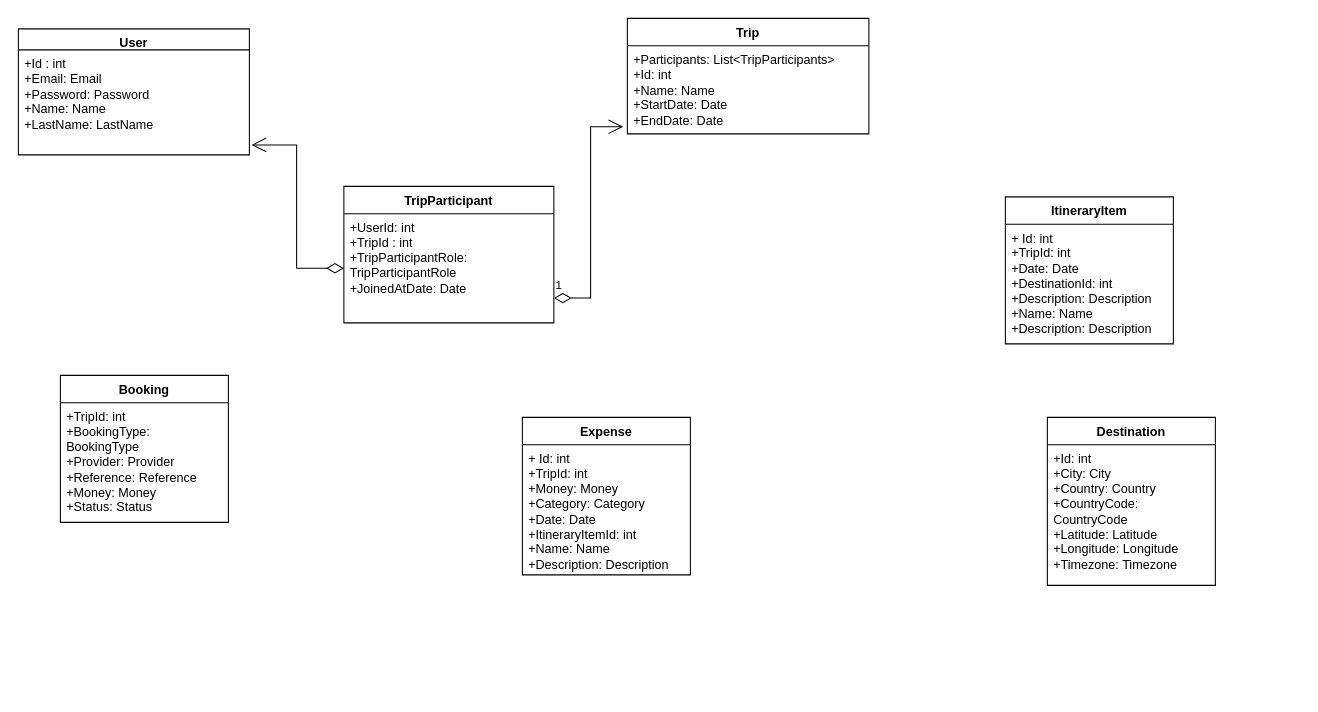
Above: Class Diagram.drawio in mauriuy007/PeerT- (draw.io), before the change. Source tidied: cells renumbered, new cells numbered last; positions are measured from the earlier drawing's top-left corner, leaving out a move shared by most shapes. Both pictures are drawn from the tidied source at 105%, with x=0, y=0 at pixel (18, 18).
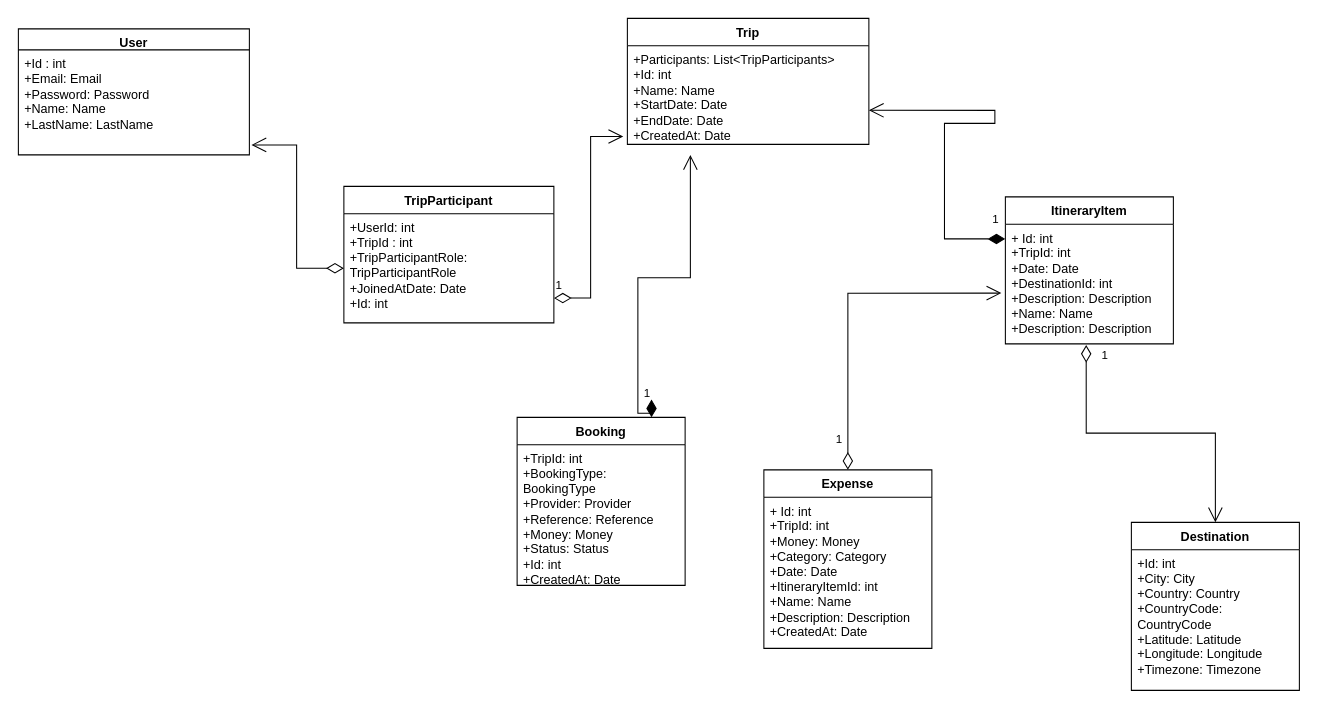
After the change.

Commit message (it also covers changes not shown here):
moe detailed uml

The change refers to these unchanged cells:
```xml
<mxCell id="7" value="+ Id: int&amp;nbsp;&lt;div&gt;+TripId: int&amp;nbsp;&lt;/div&gt;&lt;div&gt;+Date: Date&lt;/div&gt;&lt;div&gt;+DestinationId: int&lt;/div&gt;&lt;div&gt;+Description: Description&lt;/div&gt;&lt;div&gt;+Name: Name&lt;/div&gt;&lt;div&gt;+Description: Description&lt;/div&gt;" style="text;strokeColor=none;fillColor=none;align=left;verticalAlign=top;spacingLeft=4;spacingRight=4;overflow=hidden;points=[[0,0.5],[1,0.5]];portConstraint=eastwest;whiteSpace=wrap;html=1;" parent="6" vertex="1">
  <mxGeometry y="26" width="160" height="114" as="geometry" />
</mxCell>
<mxCell id="10" value="TripParticipant" style="swimlane;fontStyle=1;align=center;verticalAlign=top;horizontal=1;startSize=26;whiteSpace=wrap;html=1;" parent="1" vertex="1">
  <mxGeometry x="310" y="160" width="200" height="130" as="geometry" />
</mxCell>
```

Diff of the diagram source:
```diff
@@
     <mxCell id="4" value="Booking" style="swimlane;fontStyle=1;align=center;verticalAlign=top;horizontal=1;startSize=26;whiteSpace=wrap;html=1;" parent="1" vertex="1">
-      <mxGeometry x="40" y="340" width="160" height="140" as="geometry" />
+      <mxGeometry x="475" y="380" width="160" height="160" as="geometry" />
     </mxCell>
-    <mxCell id="5" value="+TripId: int&amp;nbsp;&lt;div&gt;+BookingType: BookingType&lt;/div&gt;&lt;div&gt;+Provider: Provider&lt;/div&gt;&lt;div&gt;+Reference: Reference&lt;/div&gt;&lt;div&gt;+Money: Money&lt;/div&gt;&lt;div&gt;+Status: Status&lt;/div&gt;" style="text;strokeColor=none;fillColor=none;align=left;verticalAlign=top;spacingLeft=4;spacingRight=4;overflow=hidden;whiteSpace=wrap;html=1;" parent="4" vertex="1">
-      <mxGeometry y="26" width="160" height="114" as="geometry" />
+    <mxCell id="5" value="+TripId: int&amp;nbsp;&lt;div&gt;+BookingType: BookingType&lt;/div&gt;&lt;div&gt;+Provider: Provider&lt;/div&gt;&lt;div&gt;+Reference: Reference&lt;/div&gt;&lt;div&gt;+Money: Money&lt;/div&gt;&lt;div&gt;+Status: Status&lt;/div&gt;&lt;div&gt;+Id: int&lt;/div&gt;&lt;div&gt;+CreatedAt: Date&lt;/div&gt;" style="text;strokeColor=none;fillColor=none;align=left;verticalAlign=top;spacingLeft=4;spacingRight=4;overflow=hidden;whiteSpace=wrap;html=1;" parent="4" vertex="1">
+      <mxGeometry y="26" width="160" height="134" as="geometry" />
     </mxCell>
@@
     <mxCell id="8" value="Expense" style="swimlane;fontStyle=1;align=center;verticalAlign=top;horizontal=1;startSize=26;whiteSpace=wrap;html=1;" parent="1" vertex="1">
-      <mxGeometry x="480" y="380" width="160" height="150" as="geometry" />
+      <mxGeometry x="710" y="430" width="160" height="170" as="geometry" />
     </mxCell>
-    <mxCell id="9" value="+ Id: int&amp;nbsp;&lt;div&gt;+TripId: int&amp;nbsp;&lt;/div&gt;&lt;div&gt;+Money: Money&amp;nbsp;&lt;/div&gt;&lt;div&gt;+Category: Category&lt;/div&gt;&lt;div&gt;+Date: Date&lt;/div&gt;&lt;div&gt;+ItineraryItemId: int&lt;/div&gt;&lt;div&gt;+Name: Name&lt;/div&gt;&lt;div&gt;+Description: Description&lt;/div&gt;" style="text;strokeColor=none;fillColor=none;align=left;verticalAlign=top;spacingLeft=4;spacingRight=4;overflow=hidden;whiteSpace=wrap;html=1;" parent="8" vertex="1">
-      <mxGeometry y="26" width="160" height="124" as="geometry" />
+    <mxCell id="9" value="+ Id: int&amp;nbsp;&lt;div&gt;+TripId: int&amp;nbsp;&lt;/div&gt;&lt;div&gt;+Money: Money&amp;nbsp;&lt;/div&gt;&lt;div&gt;+Category: Category&lt;/div&gt;&lt;div&gt;+Date: Date&lt;/div&gt;&lt;div&gt;+ItineraryItemId: int&lt;/div&gt;&lt;div&gt;+Name: Name&lt;/div&gt;&lt;div&gt;+Description: Description&lt;/div&gt;&lt;div&gt;+CreatedAt: Date&lt;/div&gt;" style="text;strokeColor=none;fillColor=none;align=left;verticalAlign=top;spacingLeft=4;spacingRight=4;overflow=hidden;whiteSpace=wrap;html=1;" parent="8" vertex="1">
+      <mxGeometry y="26" width="160" height="144" as="geometry" />
     </mxCell>
@@
-    <mxCell id="11" value="+UserId: int&lt;div&gt;+TripId : int&lt;/div&gt;&lt;div&gt;+TripParticipantRole: TripParticipantRole&lt;/div&gt;&lt;div&gt;+JoinedAtDate: Date&lt;div&gt;&lt;br&gt;&lt;/div&gt;&lt;/div&gt;" style="text;strokeColor=none;fillColor=none;align=left;verticalAlign=top;spacingLeft=4;spacingRight=4;overflow=hidden;points=[[0,0.5],[1,0.5]];portConstraint=eastwest;whiteSpace=wrap;html=1;" parent="10" vertex="1">
+    <mxCell id="11" value="+UserId: int&lt;div&gt;+TripId : int&lt;/div&gt;&lt;div&gt;+TripParticipantRole: TripParticipantRole&lt;/div&gt;&lt;div&gt;+JoinedAtDate: Date&lt;/div&gt;&lt;div&gt;+Id: int&lt;br&gt;&lt;div&gt;&lt;br&gt;&lt;/div&gt;&lt;/div&gt;" style="text;strokeColor=none;fillColor=none;align=left;verticalAlign=top;spacingLeft=4;spacingRight=4;overflow=hidden;points=[[0,0.5],[1,0.5]];portConstraint=eastwest;whiteSpace=wrap;html=1;" parent="10" vertex="1">
       <mxGeometry y="26" width="200" height="104" as="geometry" />
     </mxCell>
     <mxCell id="12" value="Trip" style="swimlane;fontStyle=1;align=center;verticalAlign=top;horizontal=1;startSize=26;whiteSpace=wrap;html=1;" parent="1" vertex="1">
-      <mxGeometry x="580" width="230" height="110" as="geometry" />
+      <mxGeometry x="580" width="230" height="120" as="geometry" />
     </mxCell>
-    <mxCell id="13" value="+Participants: List&amp;lt;TripParticipants&amp;gt;&lt;div&gt;+Id: int&amp;nbsp;&lt;/div&gt;&lt;div&gt;+Name: Name&lt;/div&gt;&lt;div&gt;+StartDate: Date&lt;/div&gt;&lt;div&gt;+EndDate: Date&lt;/div&gt;" style="text;strokeColor=none;fillColor=none;align=left;verticalAlign=top;spacingLeft=4;spacingRight=4;overflow=hidden;points=[[0,0.5],[1,0.5]];portConstraint=eastwest;whiteSpace=wrap;html=1;" parent="12" vertex="1">
-      <mxGeometry y="26" width="230" height="84" as="geometry" />
+    <mxCell id="13" value="+Participants: List&amp;lt;TripParticipants&amp;gt;&lt;div&gt;+Id: int&amp;nbsp;&lt;/div&gt;&lt;div&gt;+Name: Name&lt;/div&gt;&lt;div&gt;+StartDate: Date&lt;/div&gt;&lt;div&gt;+EndDate: Date&lt;/div&gt;&lt;div&gt;+CreatedAt: Date&lt;/div&gt;" style="text;strokeColor=none;fillColor=none;align=left;verticalAlign=top;spacingLeft=4;spacingRight=4;overflow=hidden;points=[[0,0.5],[1,0.5]];portConstraint=eastwest;whiteSpace=wrap;html=1;" parent="12" vertex="1">
+      <mxGeometry y="26" width="230" height="94" as="geometry" />
     </mxCell>
@@
     <mxCell id="16" value="Destination" style="swimlane;fontStyle=1;align=center;verticalAlign=top;horizontal=1;startSize=26;whiteSpace=wrap;html=1;" parent="1" vertex="1">
-      <mxGeometry x="980" y="380" width="160" height="160" as="geometry" />
+      <mxGeometry x="1060" y="480" width="160" height="160" as="geometry" />
     </mxCell>
@@
+    <mxCell id="18" value="1" style="endArrow=open;html=1;endSize=12;startArrow=diamondThin;startSize=14;startFill=1;edgeStyle=orthogonalEdgeStyle;align=left;verticalAlign=bottom;rounded=0;entryX=1;entryY=0.655;entryDx=0;entryDy=0;entryPerimeter=0;exitX=0;exitY=0.123;exitDx=0;exitDy=0;exitPerimeter=0;" parent="1" edge="1" source="7" target="13">
+      <mxGeometry x="-0.92" y="-10" relative="1" as="geometry">
+        <Array as="points">
+          <mxPoint x="882" y="210" />
+          <mxPoint x="882" y="100" />
+          <mxPoint x="930" y="100" />
+          <mxPoint x="930" y="88" />
+        </Array>
+      </mxGeometry>
+    </mxCell>
+    <mxCell id="19" value="1" style="endArrow=open;html=1;endSize=12;startArrow=diamondThin;startSize=14;startFill=0;edgeStyle=orthogonalEdgeStyle;align=left;verticalAlign=bottom;rounded=0;entryX=0.5;entryY=0;entryDx=0;entryDy=0;exitX=0.481;exitY=1.009;exitDx=0;exitDy=0;exitPerimeter=0;" parent="1" edge="1" source="7" target="16">
+      <mxGeometry x="-0.87" y="13" relative="1" as="geometry" />
+    </mxCell>
+    <mxCell id="20" value="1" style="endArrow=open;html=1;endSize=12;startArrow=diamondThin;startSize=14;startFill=0;edgeStyle=orthogonalEdgeStyle;align=left;verticalAlign=bottom;rounded=0;entryX=-0.024;entryY=0.576;entryDx=0;entryDy=0;exitX=0.5;exitY=0;exitDx=0;exitDy=0;entryPerimeter=0;" parent="1" edge="1" source="8" target="7">
+      <mxGeometry x="-0.87" y="13" relative="1" as="geometry" />
+    </mxCell>
+    <mxCell id="21" value="1" style="endArrow=open;html=1;endSize=12;startArrow=diamondThin;startSize=14;startFill=1;edgeStyle=orthogonalEdgeStyle;align=left;verticalAlign=bottom;rounded=0;exitX=1;exitY=0.5;exitDx=0;exitDy=0;" parent="1" edge="1">
+      <mxGeometry x="-0.92" y="-10" relative="1" as="geometry">
+        <mxPoint x="603" y="380" as="sourcePoint" />
+        <mxPoint x="640" y="130" as="targetPoint" />
+        <Array as="points">
+          <mxPoint x="603" y="376" />
+          <mxPoint x="590" y="376" />
+          <mxPoint x="590" y="247" />
+          <mxPoint x="640" y="247" />
+        </Array>
+      </mxGeometry>
+    </mxCell>
```
